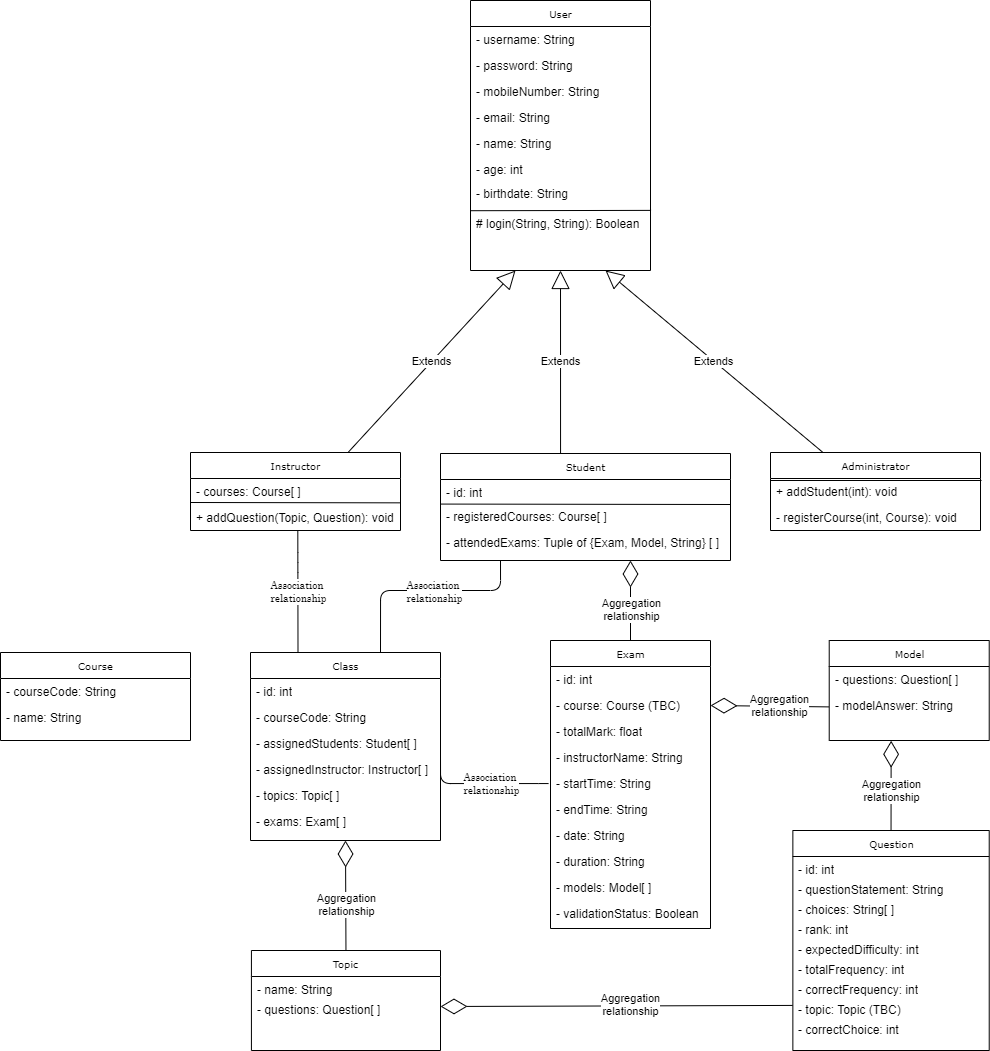
Before: UML.png, a diagram exported from draw.io (aymanred121/Examination-Management-System). Source tidied: cells renumbered, new cells last; positions are measured from the earlier drawing's top-left corner, leaving out a move shared by most shapes.
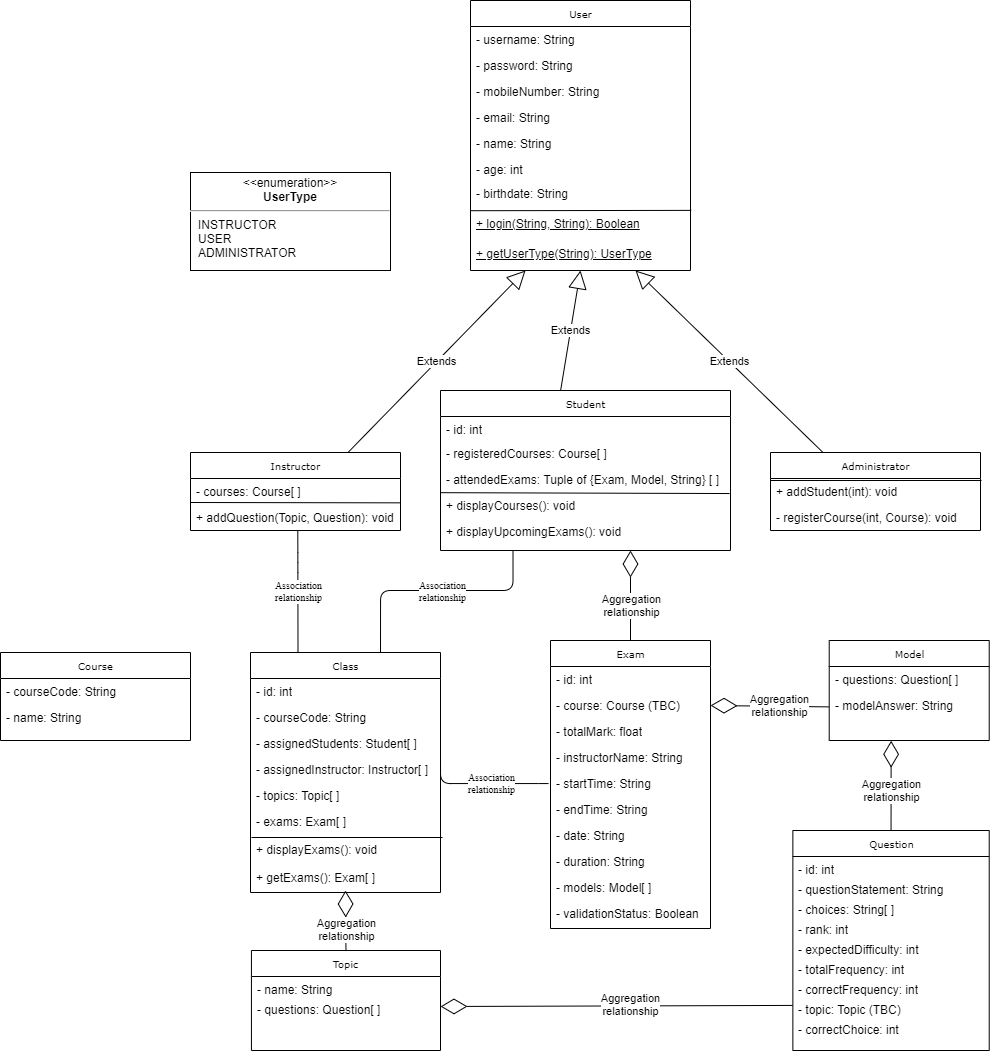
After the commit.

Commit message:
Added functions for User, Student and Class Classes

What changed in the source:
```diff
@@ -36,35 +36,38 @@
       <mxGeometry y="260" width="160" height="26" as="geometry" />
     </mxCell>
     <mxCell id="13" value="User" style="swimlane;html=1;fontStyle=0;horizontal=1;startSize=26;fillColor=none;swimlaneFillColor=#ffffff;rounded=0;shadow=0;comic=0;labelBackgroundColor=none;strokeWidth=1;fontFamily=Verdana;fontSize=10;align=center;" parent="1" vertex="1">
-      <mxGeometry x="470" width="180" height="270" as="geometry" />
+      <mxGeometry x="470" width="220" height="270" as="geometry" />
     </mxCell>
     <mxCell id="14" value="- username: String" style="text;html=1;strokeColor=none;fillColor=none;align=left;verticalAlign=top;spacingLeft=4;spacingRight=4;whiteSpace=wrap;overflow=hidden;" parent="13" vertex="1">
-      <mxGeometry y="26" width="180" height="26" as="geometry" />
+      <mxGeometry y="26" width="220" height="26" as="geometry" />
     </mxCell>
     <mxCell id="15" value="- password: String" style="text;html=1;strokeColor=none;fillColor=none;align=left;verticalAlign=top;spacingLeft=4;spacingRight=4;whiteSpace=wrap;overflow=hidden;" parent="13" vertex="1">
-      <mxGeometry y="52" width="180" height="26" as="geometry" />
+      <mxGeometry y="52" width="220" height="26" as="geometry" />
     </mxCell>
     <mxCell id="16" value="- mobileNumber: String" style="text;html=1;strokeColor=none;fillColor=none;align=left;verticalAlign=top;spacingLeft=4;spacingRight=4;whiteSpace=wrap;overflow=hidden;" parent="13" vertex="1">
-      <mxGeometry y="78" width="180" height="26" as="geometry" />
+      <mxGeometry y="78" width="220" height="26" as="geometry" />
     </mxCell>
     <mxCell id="17" value="- email: String" style="text;html=1;strokeColor=none;fillColor=none;align=left;verticalAlign=top;spacingLeft=4;spacingRight=4;whiteSpace=wrap;overflow=hidden;" parent="13" vertex="1">
-      <mxGeometry y="104" width="180" height="26" as="geometry" />
+      <mxGeometry y="104" width="220" height="26" as="geometry" />
     </mxCell>
     <mxCell id="18" value="- name: String" style="text;html=1;strokeColor=none;fillColor=none;align=left;verticalAlign=top;spacingLeft=4;spacingRight=4;whiteSpace=wrap;overflow=hidden;" parent="13" vertex="1">
-      <mxGeometry y="130" width="180" height="26" as="geometry" />
+      <mxGeometry y="130" width="220" height="26" as="geometry" />
     </mxCell>
     <mxCell id="19" value="- age: int" style="text;html=1;strokeColor=none;fillColor=none;align=left;verticalAlign=top;spacingLeft=4;spacingRight=4;whiteSpace=wrap;overflow=hidden;" parent="13" vertex="1">
-      <mxGeometry y="156" width="180" height="24" as="geometry" />
+      <mxGeometry y="156" width="220" height="24" as="geometry" />
     </mxCell>
     <mxCell id="20" value="- birthdate: String" style="text;html=1;strokeColor=none;fillColor=none;align=left;verticalAlign=top;spacingLeft=4;spacingRight=4;whiteSpace=wrap;overflow=hidden;points=[[0,0.5],[1,0.5]];portConstraint=eastwest;" parent="13" vertex="1">
-      <mxGeometry y="180" width="180" height="30" as="geometry" />
+      <mxGeometry y="180" width="220" height="30" as="geometry" />
     </mxCell>
     <mxCell id="21" style="endArrow=none;html=1;exitX=0;exitY=1.007;exitDx=0;exitDy=0;exitPerimeter=0;entryX=1.003;entryY=0.996;entryDx=0;entryDy=0;entryPerimeter=0;" parent="13" edge="1" source="20" target="20">
       <mxGeometry relative="1" as="geometry" />
     </mxCell>
-    <mxCell id="22" value="# login(String, String): Boolean" style="text;html=1;strokeColor=none;fillColor=none;align=left;verticalAlign=top;spacingLeft=4;spacingRight=4;whiteSpace=wrap;overflow=hidden;" parent="13" vertex="1">
-      <mxGeometry y="210" width="180" height="30" as="geometry" />
+    <mxCell id="22" value="&lt;u&gt;+ login(String, String): Boolean&lt;/u&gt;" style="text;html=1;strokeColor=none;fillColor=none;align=left;verticalAlign=top;spacingLeft=4;spacingRight=4;whiteSpace=wrap;overflow=hidden;" parent="13" vertex="1">
+      <mxGeometry y="210" width="220" height="30" as="geometry" />
     </mxCell>
+    <mxCell id="81" value="&lt;u&gt;+ getUserType(String): UserType&lt;/u&gt;" style="text;html=1;strokeColor=none;fillColor=none;align=left;verticalAlign=top;spacingLeft=4;spacingRight=4;whiteSpace=wrap;overflow=hidden;" parent="13" vertex="1">
+      <mxGeometry y="240" width="220" height="30" as="geometry" />
+    </mxCell>
     <mxCell id="23" value="Instructor" style="swimlane;html=1;fontStyle=0;horizontal=1;startSize=26;fillColor=none;swimlaneFillColor=#ffffff;rounded=0;shadow=0;comic=0;labelBackgroundColor=none;strokeWidth=1;fontFamily=Verdana;fontSize=10;align=center;" parent="1" vertex="1">
       <mxGeometry x="190" y="452" width="210" height="78" as="geometry" />
     </mxCell>
@@ -89,7 +92,7 @@
       <mxGeometry y="52" width="210" height="26" as="geometry" />
     </mxCell>
     <mxCell id="30" value="Class" style="swimlane;html=1;fontStyle=0;horizontal=1;startSize=26;fillColor=none;swimlaneFillColor=#ffffff;rounded=0;shadow=0;comic=0;labelBackgroundColor=none;strokeWidth=1;fontFamily=Verdana;fontSize=10;align=center;" parent="1" vertex="1">
-      <mxGeometry x="250" y="652" width="190" height="188" as="geometry" />
+      <mxGeometry x="250" y="652" width="190" height="240" as="geometry" />
     </mxCell>
     <mxCell id="31" value="- id: int" style="text;html=1;strokeColor=none;fillColor=none;align=left;verticalAlign=top;spacingLeft=4;spacingRight=4;whiteSpace=wrap;overflow=hidden;" parent="30" vertex="1">
       <mxGeometry y="26" width="190" height="26" as="geometry" />
@@ -109,8 +112,20 @@
     <mxCell id="36" value="- exams: Exam[ ]" style="text;html=1;strokeColor=none;fillColor=none;align=left;verticalAlign=top;spacingLeft=4;spacingRight=4;whiteSpace=wrap;overflow=hidden;" parent="30" vertex="1">
       <mxGeometry y="156" width="190" height="28" as="geometry" />
     </mxCell>
+    <mxCell id="82" style="endArrow=none;html=1;" parent="30" edge="1">
+      <mxGeometry relative="1" as="geometry">
+        <mxPoint x="1" y="185" as="sourcePoint" />
+        <mxPoint x="192" y="185" as="targetPoint" />
+      </mxGeometry>
+    </mxCell>
+    <mxCell id="83" value="+ displayExams(): void" style="text;html=1;strokeColor=none;fillColor=none;align=left;verticalAlign=top;spacingLeft=4;spacingRight=4;whiteSpace=wrap;overflow=hidden;" parent="30" vertex="1">
+      <mxGeometry y="184" width="190" height="28" as="geometry" />
+    </mxCell>
+    <mxCell id="84" value="+ getExams(): Exam[ ]" style="text;html=1;strokeColor=none;fillColor=none;align=left;verticalAlign=top;spacingLeft=4;spacingRight=4;whiteSpace=wrap;overflow=hidden;" parent="30" vertex="1">
+      <mxGeometry y="212" width="190" height="28" as="geometry" />
+    </mxCell>
     <mxCell id="37" value="Student" style="swimlane;html=1;fontStyle=0;horizontal=1;startSize=26;fillColor=none;swimlaneFillColor=#ffffff;rounded=0;shadow=0;comic=0;labelBackgroundColor=none;strokeWidth=1;fontFamily=Verdana;fontSize=10;align=center;" parent="1" vertex="1">
-      <mxGeometry x="440" y="453" width="290" height="107" as="geometry" />
+      <mxGeometry x="440" y="390" width="290" height="160" as="geometry" />
     </mxCell>
     <mxCell id="38" value="- id: int" style="text;html=1;strokeColor=none;fillColor=none;align=left;verticalAlign=top;spacingLeft=4;spacingRight=4;whiteSpace=wrap;overflow=hidden;" parent="37" vertex="1">
       <mxGeometry y="26" width="290" height="24" as="geometry" />
@@ -121,11 +136,15 @@
     <mxCell id="40" value="- attendedExams: Tuple of {Exam, Model, String} [ ]" style="text;html=1;strokeColor=none;fillColor=none;align=left;verticalAlign=top;spacingLeft=4;spacingRight=4;whiteSpace=wrap;overflow=hidden;points=[[0,0.5],[1,0.5]];portConstraint=eastwest;" parent="37" vertex="1">
       <mxGeometry y="76" width="290" height="26" as="geometry" />
     </mxCell>
-    <mxCell id="41" style="endArrow=none;html=1;entryX=0.002;entryY=0.022;entryDx=0;entryDy=0;entryPerimeter=0;" parent="37" edge="1" target="39">
-      <mxGeometry relative="1" as="geometry">
-        <mxPoint x="290" y="51" as="sourcePoint" />
-      </mxGeometry>
+    <mxCell id="41" style="endArrow=none;html=1;entryX=-0.001;entryY=0.007;entryDx=0;entryDy=0;entryPerimeter=0;exitX=0.997;exitY=1.04;exitDx=0;exitDy=0;exitPerimeter=0;" parent="37" edge="1" source="40" target="85">
+      <mxGeometry relative="1" as="geometry" />
     </mxCell>
+    <mxCell id="85" value="+ displayCourses(): void" style="text;html=1;strokeColor=none;fillColor=none;align=left;verticalAlign=top;spacingLeft=4;spacingRight=4;whiteSpace=wrap;overflow=hidden;points=[[0,0.5],[1,0.5]];portConstraint=eastwest;" parent="37" vertex="1">
+      <mxGeometry y="102" width="290" height="26" as="geometry" />
+    </mxCell>
+    <mxCell id="86" value="+ displayUpcomingExams(): void" style="text;html=1;strokeColor=none;fillColor=none;align=left;verticalAlign=top;spacingLeft=4;spacingRight=4;whiteSpace=wrap;overflow=hidden;" parent="37" vertex="1">
+      <mxGeometry y="128" width="290" height="26" as="geometry" />
+    </mxCell>
     <mxCell id="42" value="Extends" style="endArrow=block;endSize=16;endFill=0;html=1;entryX=0.25;entryY=1;entryDx=0;entryDy=0;exitX=0.75;exitY=0;exitDx=0;exitDy=0;" parent="1" edge="1" source="23" target="13">
       <mxGeometry relative="1" as="geometry" />
     </mxCell>
@@ -149,7 +168,7 @@
     </mxCell>
     <mxCell id="47" style="endArrow=diamondThin;endFill=0;endSize=24;html=1;exitX=0.5;exitY=0;exitDx=0;exitDy=0;" parent="1" edge="1" source="2">
       <mxGeometry relative="1" as="geometry">
-        <mxPoint x="630" y="560" as="targetPoint" />
+        <mxPoint x="630" y="550" as="targetPoint" />
       </mxGeometry>
     </mxCell>
     <mxCell id="48" value="Aggregation&lt;br&gt;relationship" style="edgeLabel;html=1;align=center;verticalAlign=middle;" parent="47" vertex="1">
@@ -193,12 +212,11 @@
         <mxPoint x="-27.2" y="-1.3" as="offset" />
       </mxGeometry>
     </mxCell>
-    <mxCell id="61" style="endArrow=none;html=1;edgeStyle=orthogonalEdgeStyle;entryX=0.75;entryY=0;entryDx=0;entryDy=0;" parent="1" edge="1">
+    <mxCell id="61" style="endArrow=none;html=1;edgeStyle=orthogonalEdgeStyle;entryX=0.75;entryY=0;entryDx=0;entryDy=0;exitX=0.25;exitY=1;exitDx=0;exitDy=0;" parent="1" edge="1" source="37">
       <mxGeometry relative="1" as="geometry">
-        <mxPoint x="500" y="560" as="sourcePoint" />
         <mxPoint x="380" y="652" as="targetPoint" />
         <Array as="points">
-          <mxPoint x="500" y="590" />
+          <mxPoint x="513" y="590" />
           <mxPoint x="380" y="590" />
         </Array>
       </mxGeometry>
@@ -226,12 +244,14 @@
     <mxCell id="68" value="- modelAnswer: String" style="text;html=1;strokeColor=none;fillColor=none;align=left;verticalAlign=top;spacingLeft=4;spacingRight=4;whiteSpace=wrap;overflow=hidden;points=[[0,0.5],[1,0.5]];portConstraint=eastwest;" parent="66" vertex="1">
       <mxGeometry y="52" width="160" height="48" as="geometry" />
     </mxCell>
-    <mxCell id="69" style="endArrow=diamondThin;endFill=0;endSize=24;html=1;exitX=0.5;exitY=0;exitDx=0;exitDy=0;entryX=0.5;entryY=1;entryDx=0;entryDy=0;" parent="1" edge="1" source="63" target="30">
-      <mxGeometry relative="1" as="geometry" />
+    <mxCell id="69" style="endArrow=diamondThin;endFill=0;endSize=24;html=1;exitX=0.5;exitY=0;exitDx=0;exitDy=0;" parent="1" edge="1" source="63">
+      <mxGeometry relative="1" as="geometry">
+        <mxPoint x="345" y="890" as="targetPoint" />
+      </mxGeometry>
     </mxCell>
     <mxCell id="70" value="&lt;span style=&quot;color: rgb(0 , 0 , 0) ; font-family: &amp;#34;helvetica&amp;#34; ; font-size: 11px ; font-style: normal ; font-weight: 400 ; letter-spacing: normal ; text-align: center ; text-indent: 0px ; text-transform: none ; word-spacing: 0px ; background-color: rgb(255 , 255 , 255) ; display: inline ; float: none&quot;&gt;Aggregation&lt;/span&gt;&lt;br style=&quot;color: rgb(0 , 0 , 0) ; font-family: &amp;#34;helvetica&amp;#34; ; font-size: 11px ; font-style: normal ; font-weight: 400 ; letter-spacing: normal ; text-align: center ; text-indent: 0px ; text-transform: none ; word-spacing: 0px&quot;&gt;relationship" style="edgeLabel;html=1;align=center;verticalAlign=middle;" parent="69" vertex="1">
       <mxGeometry x="-0.23" y="-1" relative="1" as="geometry">
-        <mxPoint x="-0.9" y="-4" as="offset" />
+        <mxPoint x="-0.8" y="1.5" as="offset" />
       </mxGeometry>
     </mxCell>
     <mxCell id="71" style="endArrow=none;html=1;edgeStyle=orthogonalEdgeStyle;exitX=1;exitY=0.02;exitDx=0;exitDy=0;exitPerimeter=0;" parent="1" edge="1" source="34">
@@ -278,5 +298,8 @@
     <mxCell id="80" value="- name: String" style="text;html=1;strokeColor=none;fillColor=none;align=left;verticalAlign=top;spacingLeft=4;spacingRight=4;whiteSpace=wrap;overflow=hidden;" parent="78" vertex="1">
       <mxGeometry y="52" width="190" height="26" as="geometry" />
     </mxCell>
+    <mxCell id="87" value="&lt;p style=&quot;margin: 0px ; margin-top: 4px ; text-align: center&quot;&gt;&amp;lt;&amp;lt;enumeration&amp;gt;&amp;gt;&lt;br&gt;&lt;b&gt;UserType&lt;/b&gt;&lt;/p&gt;&lt;hr&gt;&lt;p style=&quot;margin: 0px ; margin-left: 8px ; text-align: left&quot;&gt;INSTRUCTOR&lt;/p&gt;&lt;p style=&quot;margin: 0px ; margin-left: 8px ; text-align: left&quot;&gt;USER&lt;/p&gt;&lt;p style=&quot;margin: 0px ; margin-left: 8px ; text-align: left&quot;&gt;ADMINISTRATOR&lt;/p&gt;" style="shape=rect;html=1;overflow=fill;whiteSpace=wrap;" parent="1" vertex="1">
+      <mxGeometry x="190" y="172" width="200" height="98" as="geometry" />
+    </mxCell>
   </root>
 </mxGraphModel>
```
